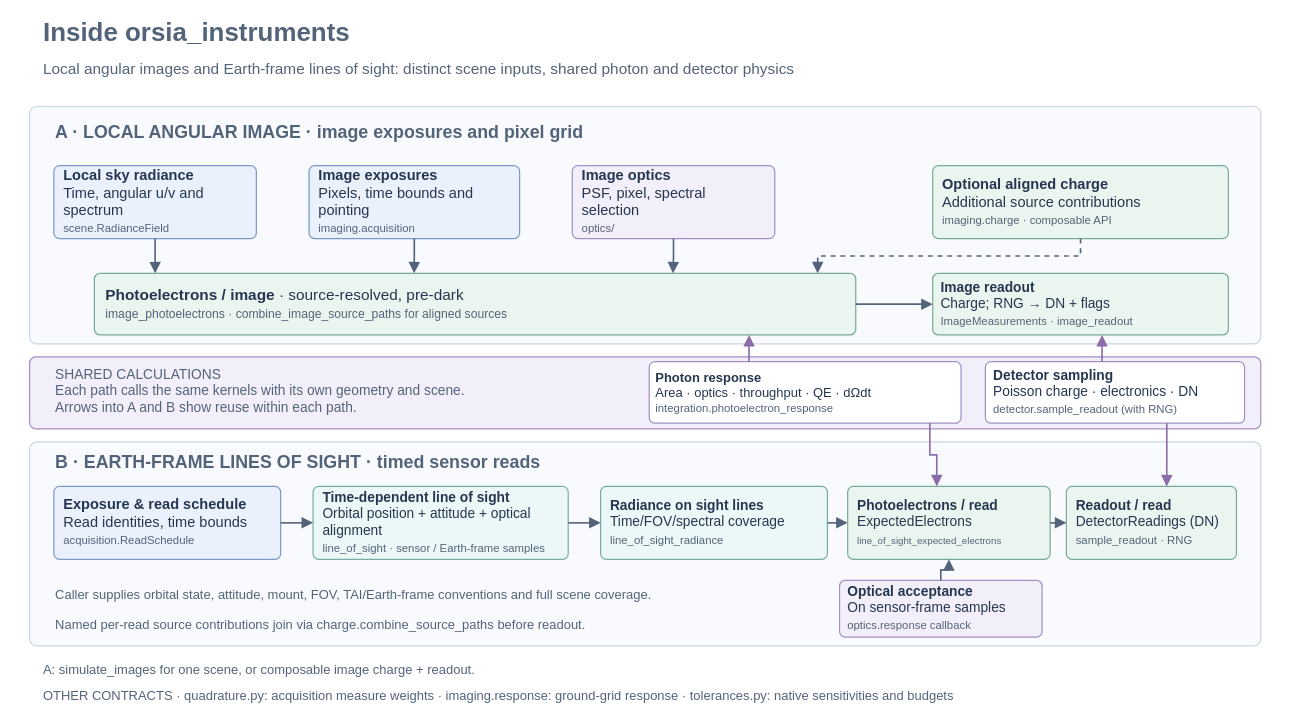
scklab-dev/orsia keeps this draw.io diagram as libs/orsia-instruments/docs/diagrams/architecture.drawio. Above is the earlier version. Source tidied: cells renumbered, new cells numbered last; positions are measured from the earlier drawing's top-left corner, leaving out a move shared by most shapes. Both pictures are drawn from the tidied source at 81%, with x=0, y=0 at pixel (29, 14).
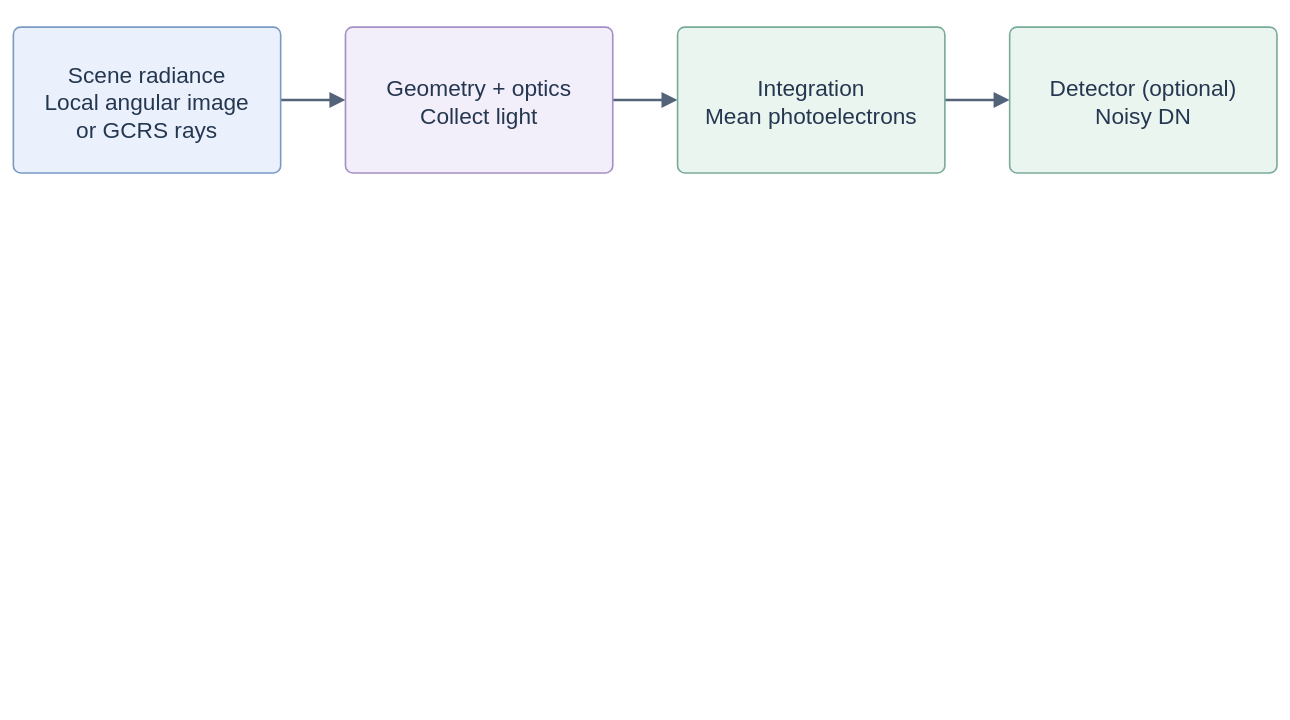
Above is the later version.

Change to the diagram source:
```diff
@@
-    <mxCell id="2" value="Inside orsia_instruments" style="text;html=1;whiteSpace=wrap;align=left;verticalAlign=middle;fontFamily=Helvetica;fontSize=32;fontStyle=1;fontColor=#53647A;fillColor=none;strokeColor=none;" parent="1" vertex="1">
-      <mxGeometry x="15" width="1490" height="46" as="geometry" />
-    </mxCell>
-    <mxCell id="3" value="Local angular images and Earth-frame lines of sight: distinct scene inputs, shared photon and detector physics" style="text;html=1;whiteSpace=wrap;align=left;verticalAlign=middle;fontFamily=Helvetica;fontSize=19;fontStyle=0;fontColor=#53647A;fillColor=none;strokeColor=none;" parent="1" vertex="1">
-      <mxGeometry x="15" y="51" width="1490" height="34" as="geometry" />
-    </mxCell>
-    <mxCell id="4" style="rounded=1;absoluteArcSize=1;arcSize=18;html=0;fontColor=#253750;fillColor=#F8FAFD;strokeColor=#CAD7E5;strokeWidth=1.5;" parent="1" vertex="1">
-      <mxGeometry y="114" width="1520" height="293" as="geometry" />
-    </mxCell>
-    <mxCell id="5" style="rounded=1;absoluteArcSize=1;arcSize=18;html=0;fontColor=#253750;fillColor=#F8FAFD;strokeColor=#CAD7E5;strokeWidth=1.5;" parent="1" vertex="1">
-      <mxGeometry y="528" width="1520" height="252" as="geometry" />
-    </mxCell>
-    <mxCell id="6" style="rounded=1;absoluteArcSize=1;arcSize=16;html=0;fontColor=#253750;fillColor=#F2EEFA;strokeColor=#A490C4;strokeWidth=1.5;" parent="1" vertex="1">
-      <mxGeometry y="423" width="1520" height="89" as="geometry" />
-    </mxCell>
-    <mxCell id="7" value="A  ·  LOCAL ANGULAR IMAGE  ·  image exposures and pixel grid" style="text;html=1;whiteSpace=wrap;align=left;verticalAlign=middle;fontFamily=Helvetica;fontSize=22;fontStyle=1;fontColor=#53647A;fillColor=none;strokeColor=none;" parent="1" vertex="1">
-      <mxGeometry x="30" y="126" width="1400" height="39" as="geometry" />
-    </mxCell>
-    <mxCell id="8" value="B  ·  EARTH-FRAME LINES OF SIGHT  ·  timed sensor reads" style="text;html=1;whiteSpace=wrap;align=left;verticalAlign=middle;fontFamily=Helvetica;fontSize=22;fontStyle=1;fontColor=#53647A;fillColor=none;strokeColor=none;" parent="1" vertex="1">
-      <mxGeometry x="30" y="536" width="910" height="35" as="geometry" />
-    </mxCell>
-    <mxCell id="9" value="&lt;b&gt;Local sky radiance&lt;/b&gt;&lt;br/&gt;Time, angular u/v and spectrum&lt;br/&gt;&lt;font color=&quot;#53647A&quot; style=&quot;font-size:14px&quot;&gt;scene.RadianceField&lt;/font&gt;" style="rounded=1;absoluteArcSize=1;arcSize=14;whiteSpace=wrap;html=1;align=left;verticalAlign=middle;spacing=12;fontFamily=Helvetica;fontSize=18;fontColor=#253750;fillColor=#EAF1FC;strokeColor=#789AC4;strokeWidth=1.5;" parent="1" vertex="1">
-      <mxGeometry x="30" y="187" width="250" height="90" as="geometry" />
-    </mxCell>
-    <mxCell id="10" value="&lt;b&gt;Image exposures&lt;/b&gt;&lt;br/&gt;Pixels, time bounds and pointing&lt;br/&gt;&lt;font color=&quot;#53647A&quot; style=&quot;font-size:14px&quot;&gt;imaging.acquisition&lt;/font&gt;" style="rounded=1;absoluteArcSize=1;arcSize=14;whiteSpace=wrap;html=1;align=left;verticalAlign=middle;spacing=12;fontFamily=Helvetica;fontSize=18;fontColor=#253750;fillColor=#EAF1FC;strokeColor=#789AC4;strokeWidth=1.5;" parent="1" vertex="1">
-      <mxGeometry x="345" y="187" width="260" height="90" as="geometry" />
-    </mxCell>
-    <mxCell id="11" value="&lt;b&gt;Image optics&lt;/b&gt;&lt;br/&gt;PSF, pixel, spectral selection&lt;br/&gt;&lt;font color=&quot;#53647A&quot; style=&quot;font-size:14px&quot;&gt;optics/&lt;/font&gt;" style="rounded=1;absoluteArcSize=1;arcSize=14;whiteSpace=wrap;html=1;align=left;verticalAlign=middle;spacing=12;fontFamily=Helvetica;fontSize=18;fontColor=#253750;fillColor=#F2EEFA;strokeColor=#A490C4;strokeWidth=1.5;" parent="1" vertex="1">
-      <mxGeometry x="670" y="187" width="250" height="90" as="geometry" />
-    </mxCell>
-    <mxCell id="12" value="&lt;b&gt;Optional aligned charge&lt;/b&gt;&lt;br/&gt;Additional source contributions&lt;br/&gt;&lt;font color=&quot;#53647A&quot; style=&quot;font-size:14px&quot;&gt;imaging.charge · composable API&lt;/font&gt;" style="rounded=1;absoluteArcSize=1;arcSize=14;whiteSpace=wrap;html=1;align=left;verticalAlign=middle;spacing=12;fontFamily=Helvetica;fontSize=18;fontColor=#253750;fillColor=#EAF5F0;strokeColor=#79AB99;strokeWidth=1.5;" parent="1" vertex="1">
-      <mxGeometry x="1115" y="187" width="365" height="90" as="geometry" />
-    </mxCell>
-    <mxCell id="13" value="&lt;b&gt;Photoelectrons / image&lt;/b&gt; · source-resolved, pre-dark&lt;br/&gt;&lt;font color=&quot;#53647A&quot; style=&quot;font-size:15px&quot;&gt;image_photoelectrons · combine_image_source_paths for aligned sources&lt;/font&gt;" style="rounded=1;absoluteArcSize=1;arcSize=14;whiteSpace=wrap;html=1;align=left;verticalAlign=middle;spacing=14;fontFamily=Helvetica;fontSize=19;fontColor=#253750;fillColor=#EAF5F0;strokeColor=#79AB99;strokeWidth=1.5;" parent="1" vertex="1">
-      <mxGeometry x="80" y="320" width="940" height="76" as="geometry" />
-    </mxCell>
-    <mxCell id="14" value="&lt;b&gt;Image readout&lt;/b&gt;&lt;br/&gt;Charge; RNG → DN + flags&lt;br/&gt;&lt;font color=&quot;#53647A&quot; style=&quot;font-size:14px&quot;&gt;ImageMeasurements · image_readout&lt;/font&gt;" style="rounded=1;absoluteArcSize=1;arcSize=14;whiteSpace=wrap;html=1;align=left;verticalAlign=middle;spacing=10;fontFamily=Helvetica;fontSize=17;fontColor=#253750;fillColor=#EAF5F0;strokeColor=#79AB99;strokeWidth=1.5;" parent="1" vertex="1">
-      <mxGeometry x="1115" y="320" width="365" height="76" as="geometry" />
-    </mxCell>
-    <mxCell id="15" style="edgeStyle=orthogonalEdgeStyle;rounded=0;html=0;exitX=0.5;exitY=1;entryX=0.08;entryY=0;exitPerimeter=0;entryPerimeter=0;endArrow=block;endFill=1;endSize=9;strokeWidth=2;strokeColor=#53647A;fontColor=#53647A;fillColor=none;dashed=0;" parent="1" edge="1" source="9" target="13">
-      <mxGeometry relative="1" as="geometry" />
-    </mxCell>
-    <mxCell id="16" style="edgeStyle=orthogonalEdgeStyle;rounded=0;html=0;exitX=0.5;exitY=1;entryX=0.42;entryY=0;exitPerimeter=0;entryPerimeter=0;endArrow=block;endFill=1;endSize=9;strokeWidth=2;strokeColor=#53647A;fontColor=#53647A;fillColor=none;dashed=0;" parent="1" edge="1" source="10" target="13">
-      <mxGeometry relative="1" as="geometry" />
-    </mxCell>
-    <mxCell id="17" style="edgeStyle=orthogonalEdgeStyle;rounded=0;html=0;exitX=0.5;exitY=1;entryX=0.76;entryY=0;exitPerimeter=0;entryPerimeter=0;endArrow=block;endFill=1;endSize=9;strokeWidth=2;strokeColor=#53647A;fontColor=#53647A;fillColor=none;dashed=0;" parent="1" edge="1" source="11" target="13">
-      <mxGeometry relative="1" as="geometry" />
-    </mxCell>
-    <mxCell id="18" style="edgeStyle=orthogonalEdgeStyle;rounded=0;html=0;exitX=1;exitY=0.5;entryX=0;entryY=0.5;exitPerimeter=0;entryPerimeter=0;endArrow=block;endFill=1;endSize=9;strokeWidth=2;strokeColor=#53647A;fontColor=#53647A;fillColor=none;dashed=0;" parent="1" edge="1" source="13" target="14">
-      <mxGeometry relative="1" as="geometry" />
-    </mxCell>
-    <mxCell id="19" style="edgeStyle=orthogonalEdgeStyle;rounded=0;html=0;exitX=0.5;exitY=1;entryX=0.95;entryY=0;exitPerimeter=0;entryPerimeter=0;endArrow=block;endFill=1;endSize=9;strokeWidth=2;strokeColor=#53647A;fontColor=#53647A;fillColor=none;dashed=1;" parent="1" edge="1" source="12" target="13">
-      <mxGeometry relative="1" as="geometry" />
-    </mxCell>
-    <mxCell id="20" value="&lt;b&gt;Exposure &amp; read schedule&lt;/b&gt;&lt;br/&gt;Read identities, time bounds&lt;br/&gt;&lt;font color=&quot;#53647A&quot; style=&quot;font-size:14px&quot;&gt;acquisition.ReadSchedule&lt;/font&gt;" style="rounded=1;absoluteArcSize=1;arcSize=14;whiteSpace=wrap;html=1;align=left;verticalAlign=middle;spacing=12;fontFamily=Helvetica;fontSize=18;fontColor=#253750;fillColor=#EAF1FC;strokeColor=#789AC4;strokeWidth=1.5;" parent="1" vertex="1">
-      <mxGeometry x="30" y="583" width="280" height="90" as="geometry" />
-    </mxCell>
-    <mxCell id="21" value="&lt;b&gt;Time-dependent line of sight&lt;/b&gt;&lt;br/&gt;Orbital position + attitude + optical alignment&lt;br/&gt;&lt;font color=&quot;#53647A&quot; style=&quot;font-size:14px&quot;&gt;line_of_sight · sensor / Earth-frame samples&lt;/font&gt;" style="rounded=1;absoluteArcSize=1;arcSize=14;whiteSpace=wrap;html=1;align=left;verticalAlign=middle;spacing=12;fontFamily=Helvetica;fontSize=17;fontColor=#253750;fillColor=#EBF8F7;strokeColor=#79ACA9;strokeWidth=1.5;" parent="1" vertex="1">
-      <mxGeometry x="350" y="583" width="315" height="90" as="geometry" />
-    </mxCell>
-    <mxCell id="22" value="&lt;b&gt;Radiance on sight lines&lt;/b&gt;&lt;br/&gt;Time/FOV/spectral coverage&lt;br/&gt;&lt;font color=&quot;#53647A&quot; style=&quot;font-size:14px&quot;&gt;line_of_sight_radiance&lt;/font&gt;" style="rounded=1;absoluteArcSize=1;arcSize=14;whiteSpace=wrap;html=1;align=left;verticalAlign=middle;spacing=12;fontFamily=Helvetica;fontSize=17;fontColor=#253750;fillColor=#EBF8F7;strokeColor=#79ACA9;strokeWidth=1.5;" parent="1" vertex="1">
-      <mxGeometry x="705" y="583" width="280" height="90" as="geometry" />
-    </mxCell>
-    <mxCell id="23" value="&lt;b&gt;Photoelectrons / read&lt;/b&gt;&lt;br/&gt;ExpectedElectrons&lt;br/&gt;&lt;font color=&quot;#53647A&quot; style=&quot;font-size:12px&quot;&gt;line_of_sight_expected_electrons&lt;/font&gt;" style="rounded=1;absoluteArcSize=1;arcSize=14;whiteSpace=wrap;html=1;align=left;verticalAlign=middle;spacing=12;fontFamily=Helvetica;fontSize=17;fontColor=#253750;fillColor=#EAF5F0;strokeColor=#79AB99;strokeWidth=1.5;" parent="1" vertex="1">
-      <mxGeometry x="1010" y="583" width="250" height="90" as="geometry" />
-    </mxCell>
-    <mxCell id="24" value="&lt;b&gt;Readout / read&lt;/b&gt;&lt;br/&gt;DetectorReadings (DN)&lt;br/&gt;&lt;font color=&quot;#53647A&quot; style=&quot;font-size:14px&quot;&gt;sample_readout · RNG&lt;/font&gt;" style="rounded=1;absoluteArcSize=1;arcSize=14;whiteSpace=wrap;html=1;align=left;verticalAlign=middle;spacing=12;fontFamily=Helvetica;fontSize=17;fontColor=#253750;fillColor=#EAF5F0;strokeColor=#79AB99;strokeWidth=1.5;" parent="1" vertex="1">
-      <mxGeometry x="1280" y="583" width="210" height="90" as="geometry" />
-    </mxCell>
-    <mxCell id="25" value="&lt;b&gt;Optical acceptance&lt;/b&gt;&lt;br/&gt;On sensor-frame samples&lt;br/&gt;&lt;font color=&quot;#53647A&quot; style=&quot;font-size:14px&quot;&gt;optics.response callback&lt;/font&gt;" style="rounded=1;absoluteArcSize=1;arcSize=14;whiteSpace=wrap;html=1;align=left;verticalAlign=middle;spacing=10;fontFamily=Helvetica;fontSize=17;fontColor=#253750;fillColor=#F2EEFA;strokeColor=#A490C4;strokeWidth=1.5;" parent="1" vertex="1">
-      <mxGeometry x="1000" y="699" width="250" height="70" as="geometry" />
-    </mxCell>
-    <mxCell id="26" value="Caller supplies orbital state, attitude, mount, FOV, TAI/Earth-frame conventions and full scene coverage." style="text;html=1;whiteSpace=wrap;align=left;verticalAlign=middle;fontFamily=Helvetica;fontSize=16;fontStyle=0;fontColor=#53647A;fillColor=none;strokeColor=none;" parent="1" vertex="1">
-      <mxGeometry x="30" y="700" width="925" height="32" as="geometry" />
-    </mxCell>
-    <mxCell id="27" value="Named per-read source contributions join via charge.combine_source_paths before readout." style="text;html=1;whiteSpace=wrap;align=left;verticalAlign=middle;fontFamily=Helvetica;fontSize=16;fontStyle=0;fontColor=#53647A;fillColor=none;strokeColor=none;" parent="1" vertex="1">
-      <mxGeometry x="30" y="740" width="925" height="28" as="geometry" />
-    </mxCell>
-    <mxCell id="28" style="edgeStyle=orthogonalEdgeStyle;rounded=0;html=0;exitX=1;exitY=0.5;entryX=0;entryY=0.5;exitPerimeter=0;entryPerimeter=0;endArrow=block;endFill=1;endSize=9;strokeWidth=2;strokeColor=#53647A;fontColor=#53647A;fillColor=none;dashed=0;" parent="1" edge="1" source="20" target="21">
-      <mxGeometry relative="1" as="geometry" />
-    </mxCell>
-    <mxCell id="29" style="edgeStyle=orthogonalEdgeStyle;rounded=0;html=0;exitX=1;exitY=0.5;entryX=0;entryY=0.5;exitPerimeter=0;entryPerimeter=0;endArrow=block;endFill=1;endSize=9;strokeWidth=2;strokeColor=#53647A;fontColor=#53647A;fillColor=none;dashed=0;" parent="1" edge="1" source="21" target="22">
-      <mxGeometry relative="1" as="geometry" />
-    </mxCell>
-    <mxCell id="30" style="edgeStyle=orthogonalEdgeStyle;rounded=0;html=0;exitX=1;exitY=0.5;entryX=0;entryY=0.5;exitPerimeter=0;entryPerimeter=0;endArrow=block;endFill=1;endSize=9;strokeWidth=2;strokeColor=#53647A;fontColor=#53647A;fillColor=none;dashed=0;" parent="1" edge="1" source="22" target="23">
-      <mxGeometry relative="1" as="geometry" />
-    </mxCell>
-    <mxCell id="31" style="edgeStyle=orthogonalEdgeStyle;rounded=0;html=0;exitX=1;exitY=0.5;entryX=0;entryY=0.5;exitPerimeter=0;entryPerimeter=0;endArrow=block;endFill=1;endSize=9;strokeWidth=2;strokeColor=#53647A;fontColor=#53647A;fillColor=none;dashed=0;" parent="1" edge="1" source="23" target="24">
-      <mxGeometry relative="1" as="geometry" />
-    </mxCell>
-    <mxCell id="32" style="edgeStyle=orthogonalEdgeStyle;rounded=0;html=0;exitX=0.5;exitY=0;entryX=0.5;entryY=1;exitPerimeter=0;entryPerimeter=0;endArrow=block;endFill=1;endSize=9;strokeWidth=2;strokeColor=#53647A;fontColor=#53647A;fillColor=none;dashed=0;" parent="1" edge="1" source="25" target="23">
-      <mxGeometry relative="1" as="geometry" />
-    </mxCell>
-    <mxCell id="33" value="SHARED CALCULATIONS&lt;br/&gt;Each path calls the same kernels with its own geometry and scene.&lt;br/&gt;Arrows into A and B show reuse within each path." style="text;html=1;whiteSpace=wrap;align=left;verticalAlign=middle;fontFamily=Helvetica;fontSize=17;fontStyle=0;fontColor=#53647A;fillColor=none;strokeColor=none;" parent="1" vertex="1">
-      <mxGeometry x="30" y="429" width="675" height="74" as="geometry" />
-    </mxCell>
-    <mxCell id="34" value="&lt;b&gt;Photon response&lt;/b&gt;&lt;br/&gt;Area · optics · throughput · QE · dΩdt&lt;br/&gt;&lt;font color=&quot;#53647A&quot; style=&quot;font-size:14px&quot;&gt;integration.photoelectron_response&lt;/font&gt;" style="rounded=1;absoluteArcSize=1;arcSize=14;whiteSpace=wrap;html=1;align=left;verticalAlign=middle;spacing=8;fontFamily=Helvetica;fontSize=16;fontColor=#253750;fillColor=#FFFFFF;strokeColor=#A490C4;strokeWidth=1.5;" parent="1" vertex="1">
-      <mxGeometry x="765" y="429" width="385" height="76" as="geometry" />
-    </mxCell>
-    <mxCell id="35" value="&lt;b&gt;Detector sampling&lt;/b&gt;&lt;br/&gt;Poisson charge · electronics · DN&lt;br/&gt;&lt;font color=&quot;#53647A&quot; style=&quot;font-size:14px&quot;&gt;detector.sample_readout (with RNG)&lt;/font&gt;" style="rounded=1;absoluteArcSize=1;arcSize=14;whiteSpace=wrap;html=1;align=left;verticalAlign=middle;spacing=10;fontFamily=Helvetica;fontSize=17;fontColor=#253750;fillColor=#FFFFFF;strokeColor=#A490C4;strokeWidth=1.5;" parent="1" vertex="1">
-      <mxGeometry x="1180" y="429" width="320" height="76" as="geometry" />
-    </mxCell>
-    <mxCell id="36" style="edgeStyle=orthogonalEdgeStyle;rounded=0;html=0;exitX=0.32;exitY=0;entryX=0.86;entryY=1;exitPerimeter=0;entryPerimeter=0;endArrow=block;endFill=1;endSize=9;strokeWidth=2;strokeColor=#8B6CAB;fontColor=#8B6CAB;fillColor=none;dashed=0;" parent="1" edge="1" source="34" target="13">
-      <mxGeometry relative="1" as="geometry" />
-    </mxCell>
-    <mxCell id="37" style="edgeStyle=orthogonalEdgeStyle;rounded=0;html=0;exitX=0.9;exitY=1;entryX=0.44;entryY=0;exitPerimeter=0;entryPerimeter=0;endArrow=block;endFill=1;endSize=9;strokeWidth=2;strokeColor=#8B6CAB;fontColor=#8B6CAB;fillColor=none;dashed=0;" parent="1" edge="1" source="34" target="23">
-      <mxGeometry relative="1" as="geometry" />
-    </mxCell>
-    <mxCell id="38" style="edgeStyle=orthogonalEdgeStyle;rounded=0;html=0;exitX=0.45;exitY=0;entryX=0.573;entryY=1;exitPerimeter=0;entryPerimeter=0;endArrow=block;endFill=1;endSize=9;strokeWidth=2;strokeColor=#8B6CAB;fontColor=#8B6CAB;fillColor=none;dashed=0;" parent="1" edge="1" source="35" target="14">
-      <mxGeometry relative="1" as="geometry" />
-    </mxCell>
-    <mxCell id="39" style="edgeStyle=orthogonalEdgeStyle;rounded=0;html=0;exitX=0.7;exitY=1;entryX=0.59;entryY=0;exitPerimeter=0;entryPerimeter=0;endArrow=block;endFill=1;endSize=9;strokeWidth=2;strokeColor=#8B6CAB;fontColor=#8B6CAB;fillColor=none;dashed=0;" parent="1" edge="1" source="35" target="24">
-      <mxGeometry relative="1" as="geometry" />
-    </mxCell>
-    <mxCell id="40" value="A: simulate_images for one scene, or composable image charge + readout." style="text;html=1;whiteSpace=wrap;align=left;verticalAlign=middle;fontFamily=Helvetica;fontSize=16;fontStyle=0;fontColor=#53647A;fillColor=none;strokeColor=none;" parent="1" vertex="1">
-      <mxGeometry x="15" y="795" width="1490" height="27" as="geometry" />
-    </mxCell>
-    <mxCell id="41" value="OTHER CONTRACTS  ·  quadrature.py: acquisition measure weights  ·  imaging.response: ground-grid response  ·  tolerances.py: native sensitivities and budgets" style="text;html=1;whiteSpace=wrap;align=left;verticalAlign=middle;fontFamily=Helvetica;fontSize=16;fontStyle=0;fontColor=#53647A;fillColor=none;strokeColor=none;" parent="1" vertex="1">
-      <mxGeometry x="15" y="827" width="1490" height="28" as="geometry" />
-    </mxCell>
+    <mxCell id="42" style="edgeStyle=orthogonalEdgeStyle;rounded=0;html=0;exitX=1;exitY=0.5;entryX=0;entryY=0.5;exitPerimeter=0;entryPerimeter=0;endArrow=block;endFill=1;endSize=12;strokeWidth=3;strokeColor=#53647A;fontColor=#253750;fillColor=none;" parent="1" edge="1" source="45" target="46">
+      <mxGeometry relative="1" as="geometry" />
+    </mxCell>
+    <mxCell id="43" style="edgeStyle=orthogonalEdgeStyle;rounded=0;html=0;exitX=1;exitY=0.5;entryX=0;entryY=0.5;exitPerimeter=0;entryPerimeter=0;endArrow=block;endFill=1;endSize=12;strokeWidth=3;strokeColor=#53647A;fontColor=#253750;fillColor=none;" parent="1" edge="1" source="46" target="47">
+      <mxGeometry relative="1" as="geometry" />
+    </mxCell>
+    <mxCell id="44" style="edgeStyle=orthogonalEdgeStyle;rounded=0;html=0;exitX=1;exitY=0.5;entryX=0;entryY=0.5;exitPerimeter=0;entryPerimeter=0;endArrow=block;endFill=1;endSize=12;strokeWidth=3;strokeColor=#53647A;fontColor=#253750;fillColor=none;" parent="1" edge="1" source="47" target="48">
+      <mxGeometry relative="1" as="geometry" />
+    </mxCell>
+    <mxCell id="45" value="Scene radiance&#10;Local angular image&#10;or GCRS rays" style="rounded=1;absoluteArcSize=1;arcSize=18;html=0;align=center;verticalAlign=middle;spacing=20;fontFamily=Helvetica;fontSize=28;fontColor=#253750;fillColor=#EAF1FC;strokeColor=#789AC4;strokeWidth=2;" parent="1" vertex="1">
+      <mxGeometry x="-20" y="16" width="330" height="180" as="geometry" />
+    </mxCell>
+    <mxCell id="46" value="Geometry + optics&#10;Collect light" style="rounded=1;absoluteArcSize=1;arcSize=18;html=0;align=center;verticalAlign=middle;spacing=20;fontFamily=Helvetica;fontSize=28;fontColor=#253750;fillColor=#F2EEFA;strokeColor=#A490C4;strokeWidth=2;" parent="1" vertex="1">
+      <mxGeometry x="390" y="16" width="330" height="180" as="geometry" />
+    </mxCell>
+    <mxCell id="47" value="Integration&#10;Mean photoelectrons" style="rounded=1;absoluteArcSize=1;arcSize=18;html=0;align=center;verticalAlign=middle;spacing=20;fontFamily=Helvetica;fontSize=28;fontColor=#253750;fillColor=#EAF5F0;strokeColor=#79AB99;strokeWidth=2;" parent="1" vertex="1">
+      <mxGeometry x="800" y="16" width="330" height="180" as="geometry" />
+    </mxCell>
+    <mxCell id="48" value="Detector (optional)&#10;Noisy DN" style="rounded=1;absoluteArcSize=1;arcSize=18;html=0;align=center;verticalAlign=middle;spacing=20;fontFamily=Helvetica;fontSize=28;fontColor=#253750;fillColor=#EAF5F0;strokeColor=#79AB99;strokeWidth=2;" parent="1" vertex="1">
+      <mxGeometry x="1210" y="16" width="330" height="180" as="geometry" />
+    </mxCell>
```
